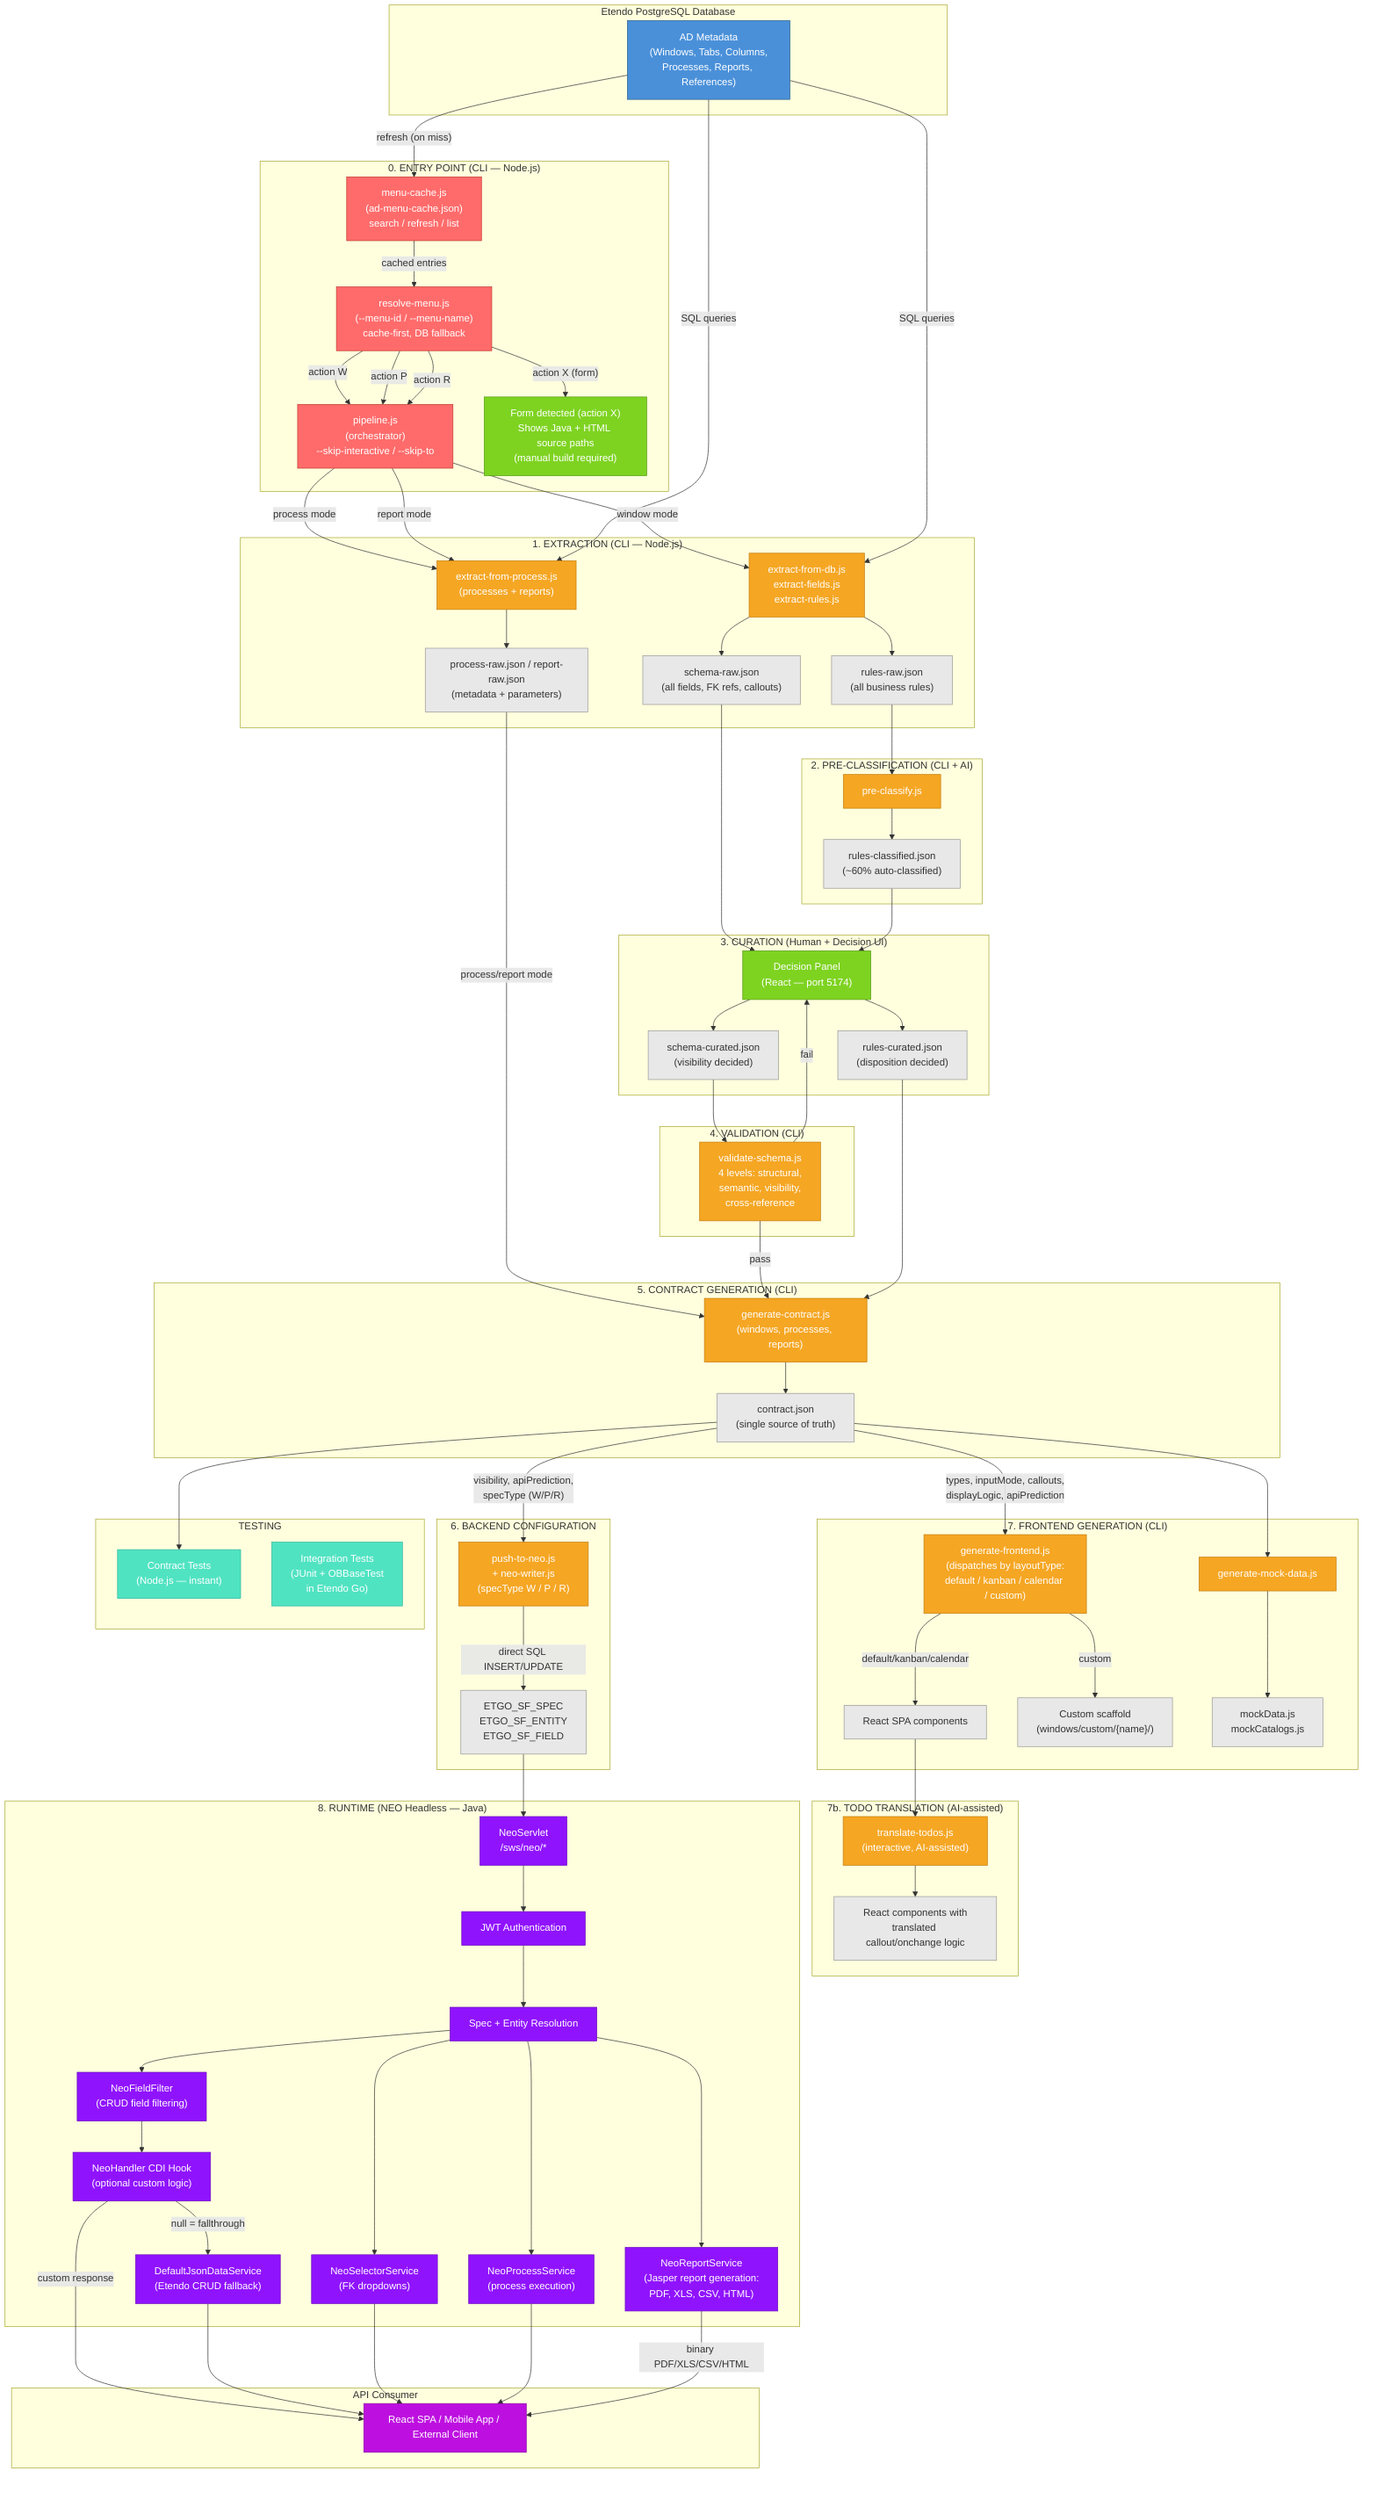
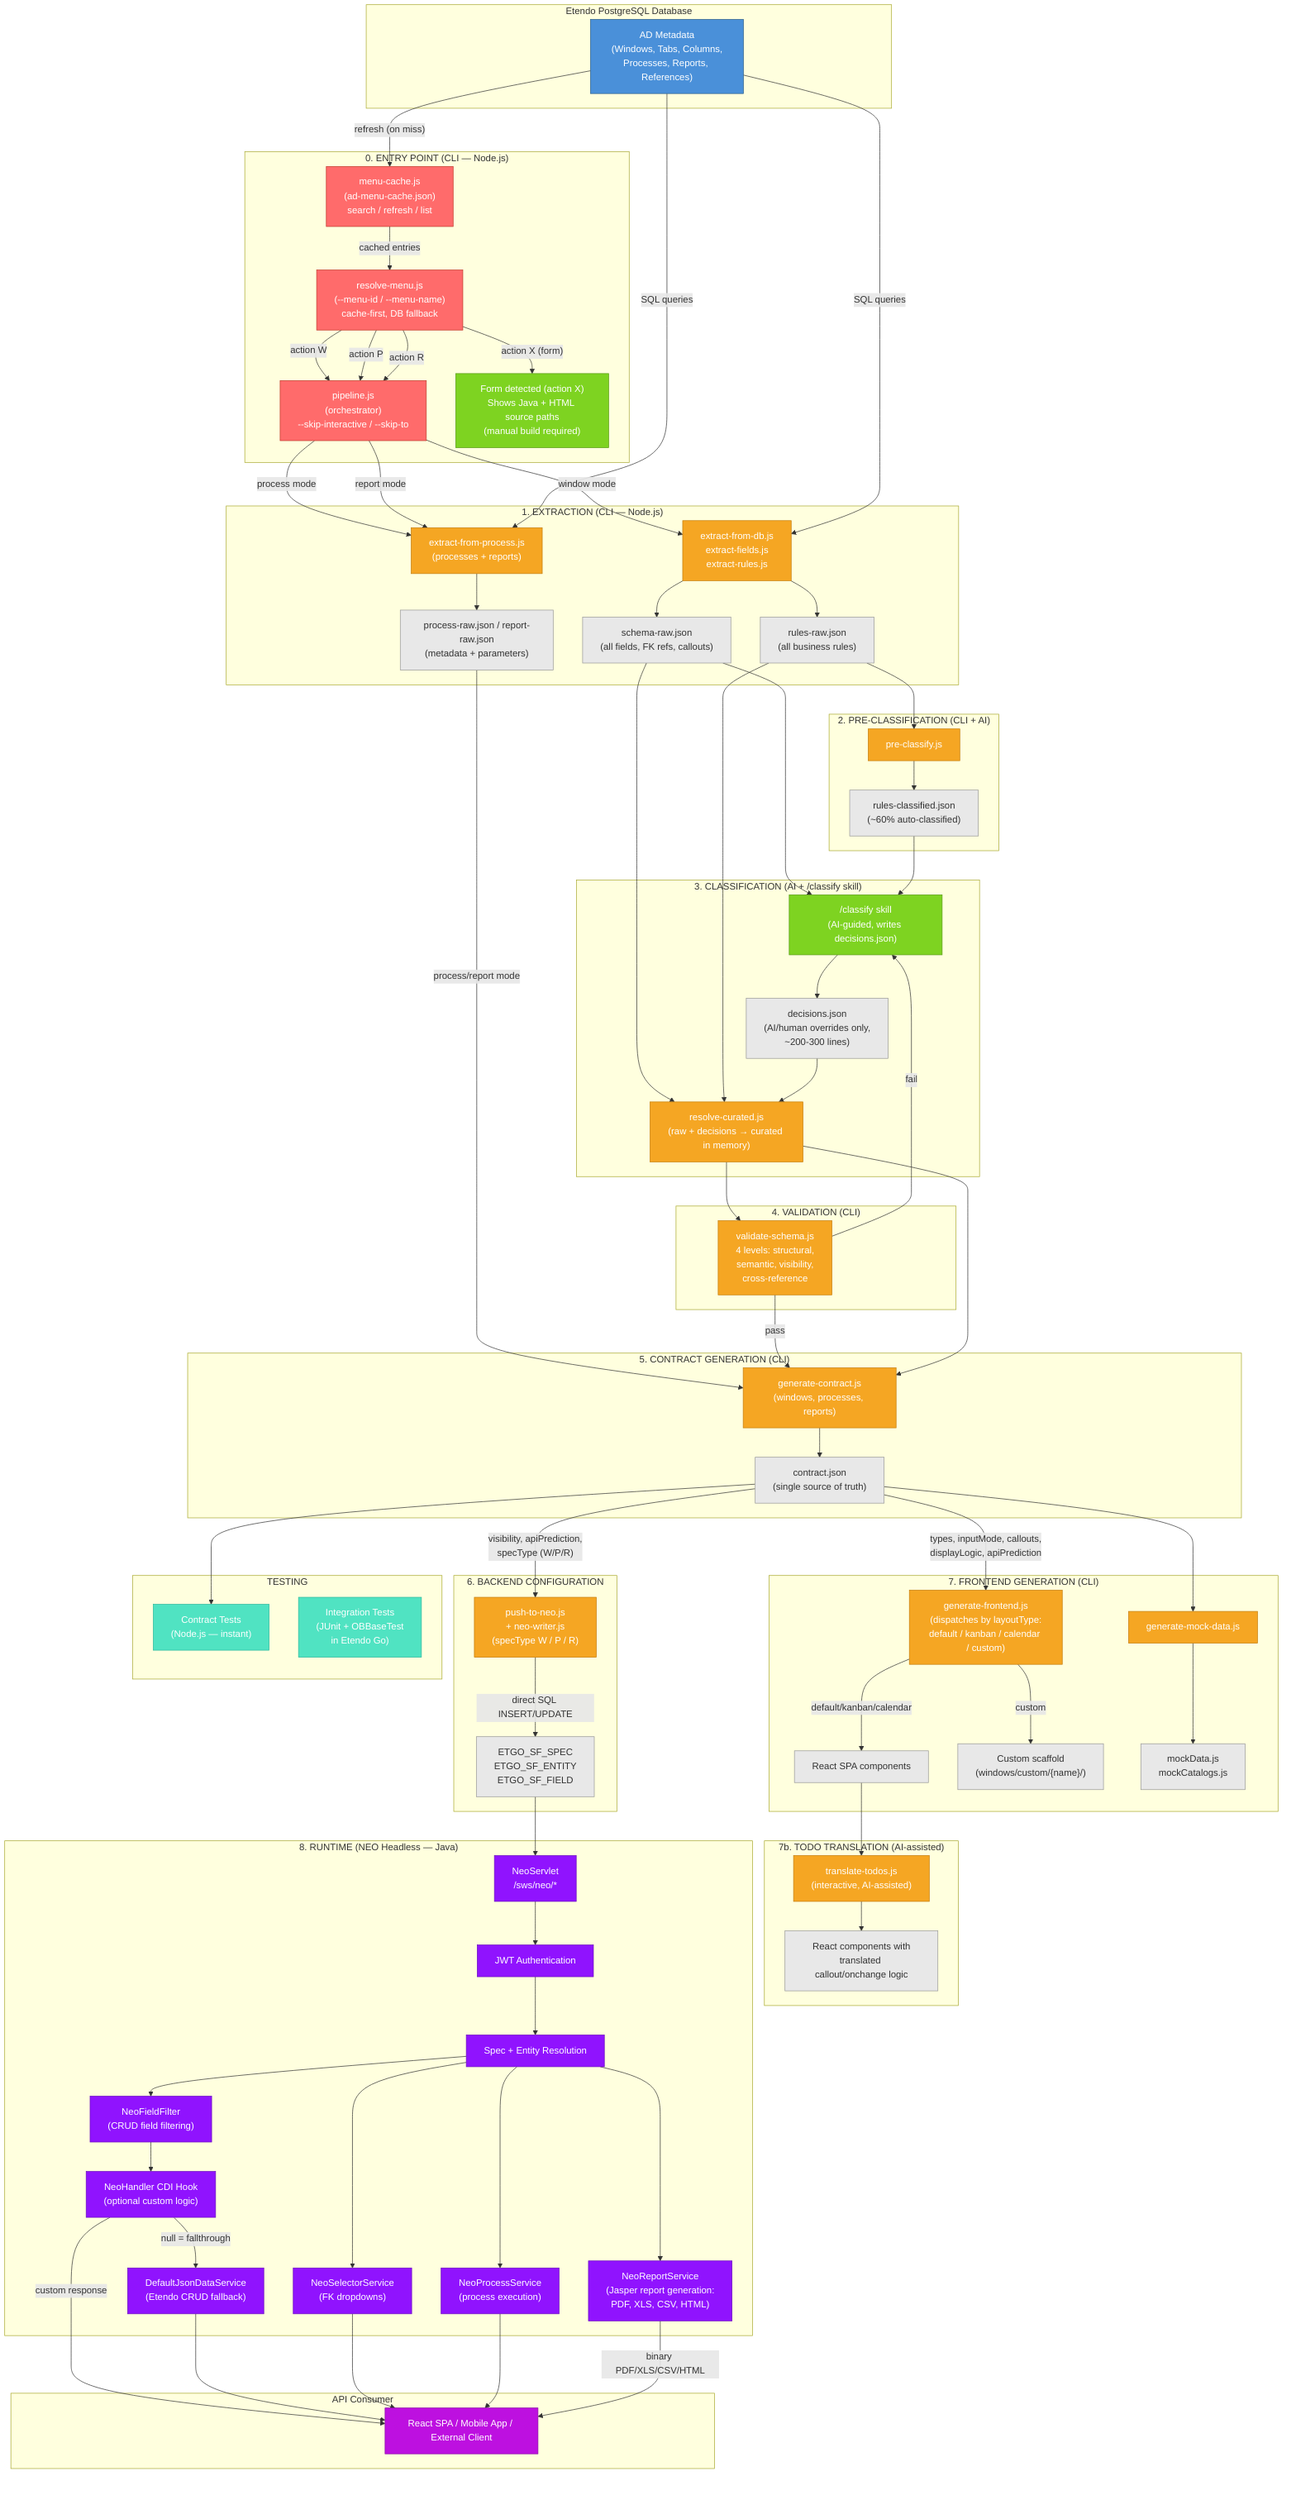
flowchart TD
    subgraph EtendoDB["Etendo PostgreSQL Database"]
        AD["AD Metadata<br/>(Windows, Tabs, Columns,<br/>Processes, Reports, References)"]
    end

    subgraph EntryPoint["0. ENTRY POINT (CLI — Node.js)"]
        CACHE["menu-cache.js<br/>(ad-menu-cache.json)<br/>search / refresh / list"]
        MENU["resolve-menu.js<br/>(--menu-id / --menu-name)<br/>cache-first, DB fallback"]
        PIPE["pipeline.js<br/>(orchestrator)<br/>--skip-interactive / --skip-to"]
        FORM_INFO["Form detected (action X)<br/>Shows Java + HTML source paths<br/>(manual build required)"]
    end

    subgraph Extraction["1. EXTRACTION (CLI — Node.js)"]
        EXT["extract-from-db.js<br/>extract-fields.js<br/>extract-rules.js"]
        PEXT["extract-from-process.js<br/>(processes + reports)"]
        RAW_S["schema-raw.json<br/>(all fields, FK refs, callouts)"]
        RAW_R["rules-raw.json<br/>(all business rules)"]
        RAW_P["process-raw.json / report-raw.json<br/>(metadata + parameters)"]
    end

    subgraph PreClassify["2. PRE-CLASSIFICATION (CLI + AI)"]
        PC["pre-classify.js"]
        CLASS_R["rules-classified.json<br/>(~60% auto-classified)"]
    end

-     subgraph Curation["3. CURATION (Human + Decision UI)"]
-         DP["Decision Panel<br/>(React — port 5174)"]
-         CUR_S["schema-curated.json<br/>(visibility decided)"]
-         CUR_R["rules-curated.json<br/>(disposition decided)"]
+     subgraph Classification["3. CLASSIFICATION (AI + /classify skill)"]
+         CLASSIFY["/classify skill<br/>(AI-guided, writes decisions.json)"]
+         DEC["decisions.json<br/>(AI/human overrides only,<br/>~200-300 lines)"]
+         RESOLVE_C["resolve-curated.js<br/>(raw + decisions → curated in memory)"]
    end

    subgraph Validation["4. VALIDATION (CLI)"]
        VAL["validate-schema.js<br/>4 levels: structural,<br/>semantic, visibility,<br/>cross-reference"]
    end

    subgraph ContractGen["5. CONTRACT GENERATION (CLI)"]
        GC["generate-contract.js<br/>(windows, processes, reports)"]
        CONTRACT["contract.json<br/>(single source of truth)"]
    end

    subgraph BackendConfig["6. BACKEND CONFIGURATION"]
        PTN["push-to-neo.js<br/>+ neo-writer.js<br/>(specType W / P / R)"]
        TABLES["ETGO_SF_SPEC<br/>ETGO_SF_ENTITY<br/>ETGO_SF_FIELD"]
    end

    subgraph FrontendGen["7. FRONTEND GENERATION (CLI)"]
        GF["generate-frontend.js<br/>(dispatches by layoutType:<br/>default / kanban / calendar / custom)"]
        GM["generate-mock-data.js"]
        REACT["React SPA components"]
        CUSTOM["Custom scaffold<br/>(windows/custom/{name}/)"]
        MOCK["mockData.js<br/>mockCatalogs.js"]
    end

    subgraph TodoTranslation["7b. TODO TRANSLATION (AI-assisted)"]
        TT["translate-todos.js<br/>(interactive, AI-assisted)"]
        TT_OUT["React components with<br/>translated callout/onchange logic"]
    end

    subgraph Runtime["8. RUNTIME (NEO Headless — Java)"]
        NEO["NeoServlet<br/>/sws/neo/*"]
        AUTH["JWT Authentication"]
        RESOLVE["Spec + Entity Resolution"]
        FILTER["NeoFieldFilter<br/>(CRUD field filtering)"]
        HANDLER["NeoHandler CDI Hook<br/>(optional custom logic)"]
        DS["DefaultJsonDataService<br/>(Etendo CRUD fallback)"]
        SEL["NeoSelectorService<br/>(FK dropdowns)"]
        PROC["NeoProcessService<br/>(process execution)"]
        RPT["NeoReportService<br/>(Jasper report generation:<br/>PDF, XLS, CSV, HTML)"]
    end

    subgraph Testing["TESTING"]
        CT["Contract Tests<br/>(Node.js — instant)"]
        IT["Integration Tests<br/>(JUnit + OBBaseTest<br/>in Etendo Go)"]
    end

    subgraph Client["API Consumer"]
        APP["React SPA / Mobile App / External Client"]
    end

    %% Entry point: cache → menu resolution → pipeline orchestrator
    AD -->|"refresh (on miss)"| CACHE
    CACHE -->|cached entries| MENU
    MENU -->|"action W"| PIPE
    MENU -->|"action P"| PIPE
    MENU -->|"action R"| PIPE
    MENU -->|"action X (form)"| FORM_INFO

    %% Pipeline dispatches to correct extraction
    PIPE -->|window mode| EXT
    PIPE -->|process mode| PEXT
    PIPE -->|report mode| PEXT

    %% Window extraction
    AD -->|SQL queries| EXT
    EXT --> RAW_S
    EXT --> RAW_R

    %% Process/report extraction
    AD -->|SQL queries| PEXT
    PEXT --> RAW_P

    %% Process/report pipeline (simplified: extract → contract → push → frontend)
    RAW_P -->|process/report mode| GC

    %% Pre-classification (windows only)
    RAW_R --> PC
    PC --> CLASS_R

-     %% Curation (windows only)
-     RAW_S --> DP
-     CLASS_R --> DP
-     DP --> CUR_S
-     DP --> CUR_R
+     %% Classification (windows only)
+     RAW_S --> CLASSIFY
+     CLASS_R --> CLASSIFY
+     CLASSIFY --> DEC
+ 
+     %% Resolve curated in memory (no intermediate files)
+     RAW_S --> RESOLVE_C
+     RAW_R --> RESOLVE_C
+     DEC --> RESOLVE_C

    %% Validation (windows only)
-     CUR_S --> VAL
-     VAL -->|fail| DP
+     RESOLVE_C --> VAL
+     VAL -->|fail| CLASSIFY
    VAL -->|pass| GC

    %% Contract generation (single source of truth)
-     CUR_R --> GC
+     RESOLVE_C --> GC
    GC --> CONTRACT

    %% Backend: contract → push-to-neo → direct DB → NEO Headless
    CONTRACT -->|"visibility, apiPrediction,<br/>specType (W/P/R)"| PTN
    PTN -->|direct SQL INSERT/UPDATE| TABLES

    %% Frontend: contract → React SPA + mock data
    CONTRACT -->|"types, inputMode, callouts,<br/>displayLogic, apiPrediction"| GF
    CONTRACT --> GM
    GF -->|"default/kanban/calendar"| REACT
    GF -->|"custom"| CUSTOM
    GM --> MOCK

    %% TODO Translation (windows only, after frontend generation)
    REACT --> TT
    TT --> TT_OUT

    %% Runtime
    TABLES --> NEO
    NEO --> AUTH
    AUTH --> RESOLVE
    RESOLVE --> FILTER
    FILTER --> HANDLER
    HANDLER -->|custom response| APP
    HANDLER -->|null = fallthrough| DS
    DS --> APP
    RESOLVE --> SEL
    RESOLVE --> PROC
    RESOLVE --> RPT
    SEL --> APP
    PROC --> APP
    RPT -->|binary PDF/XLS/CSV/HTML| APP

    %% Testing
    CONTRACT --> CT

    %% Styling
    classDef db fill:#4a90d9,stroke:#2c5f8a,color:white
    classDef cli fill:#f5a623,stroke:#c47d0e,color:white
    classDef human fill:#7ed321,stroke:#5a9a18,color:white
    classDef webhook fill:#d0021b,stroke:#a00216,color:white
    classDef runtime fill:#9013fe,stroke:#6b0ebf,color:white
    classDef artifact fill:#e8e8e8,stroke:#999,color:#333
    classDef test fill:#50e3c2,stroke:#2db89e,color:white
    classDef client fill:#bd10e0,stroke:#8a0ca5,color:white
    classDef entry fill:#ff6b6b,stroke:#c0392b,color:white

    class AD db
-     class EXT,PEXT,PC,VAL cli
-     class DP human
+     class EXT,PEXT,PC,VAL,RESOLVE_C cli
+     class CLASSIFY human
    class NEO,AUTH,RESOLVE,FILTER,HANDLER,DS,SEL,PROC,RPT runtime
-     class RAW_S,RAW_R,RAW_P,CLASS_R,CUR_S,CUR_R,TABLES,CONTRACT,REACT,CUSTOM,MOCK artifact
+     class RAW_S,RAW_R,RAW_P,CLASS_R,DEC,TABLES,CONTRACT,REACT,CUSTOM,MOCK artifact
    class CT,IT test
    class APP client
    class GC,PTN,GF,GM,TT cli
    class TT_OUT artifact
    class CACHE,MENU,PIPE entry
    class FORM_INFO human
